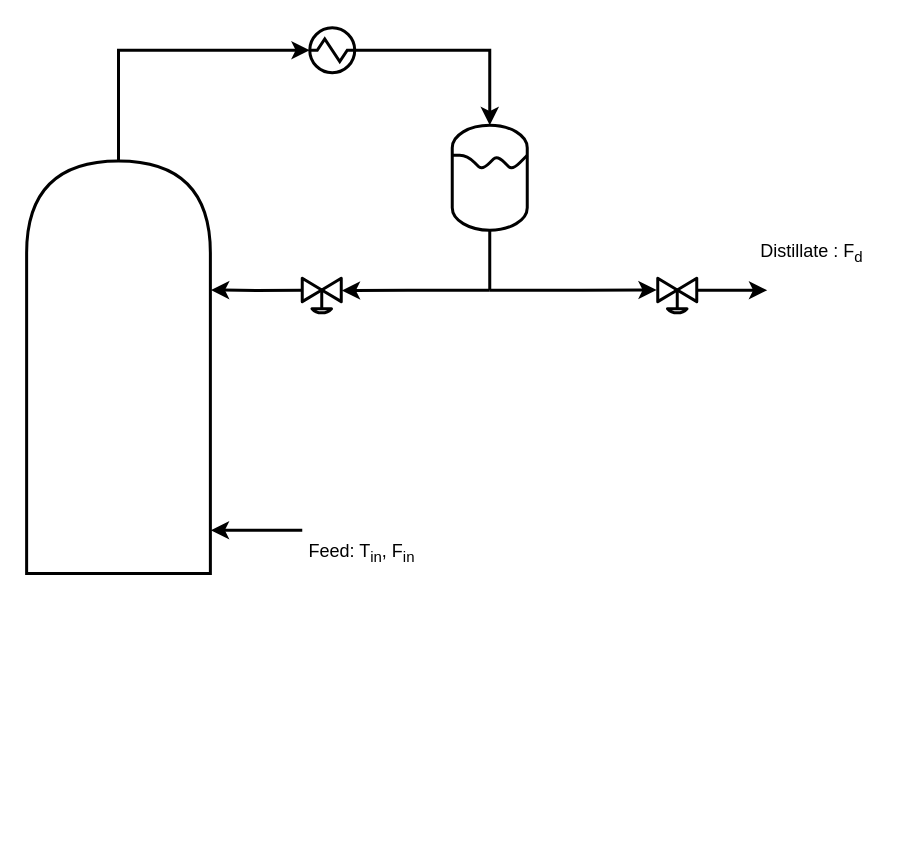
Before: page "distillation-column" (5 of 6) of assets/images/cascade-control-in-class.drawio in rputikar/advanced-modeling-and-control, a draw.io diagram. Source tidied: cells renumbered, new cells numbered last; positions are measured from the earlier drawing's top-left corner, leaving out a move shared by most shapes. Both pictures are drawn from the tidied source at 150%, with x=0, y=0 at pixel (-88, 27).
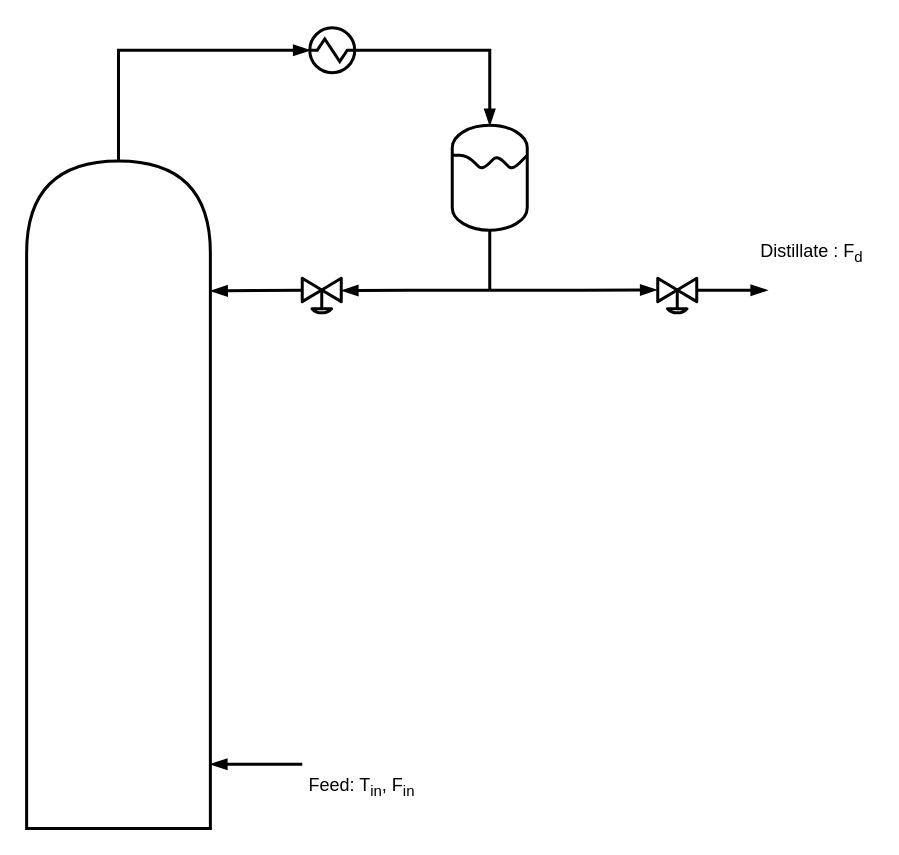
The same diagram, later.

Unchanged cells that the change refers to:
```xml
<mxCell id="10" style="verticalLabelPosition=bottom;align=center;html=1;verticalAlign=top;dashed=0;shape=mxgraph.pid2valves.valve;valveType=gate;actuator=diaph;rounded=0;labelBackgroundColor=none;fontFamily=IBM Plex sans;fontSize=12;fontColor=default;fillColor=none;gradientColor=none;points=[];strokeWidth=2;rotation=-180;" parent="1" vertex="1">
  <mxGeometry x="260" y="167" width="26" height="26" as="geometry" />
</mxCell>
<mxCell id="12" style="verticalLabelPosition=bottom;align=center;html=1;verticalAlign=top;dashed=0;shape=mxgraph.pid2valves.valve;valveType=gate;actuator=diaph;rounded=0;labelBackgroundColor=none;fontFamily=IBM Plex sans;fontSize=12;fontColor=default;fillColor=none;gradientColor=none;points=[];strokeWidth=2;rotation=-180;" parent="1" vertex="1">
  <mxGeometry x="497" y="167" width="26" height="26" as="geometry" />
</mxCell>
<mxCell id="15" style="shape=waypoint;sketch=0;fillStyle=solid;size=6;points=[];fillColor=none;perimeter=centerPerimeter;snapToPoint=1;strokeColor=none;strokeWidth=2;" parent="1" vertex="1">
  <mxGeometry x="375" y="165" width="20" height="20" as="geometry" />
</mxCell>
```

The edit, as a diff of the source:
```diff
@@
-    <mxCell id="2" style="edgeStyle=orthogonalEdgeStyle;rounded=0;jettySize=auto;html=1;exitX=1;exitY=0.5;exitDx=0;exitDy=0;exitPerimeter=0;strokeWidth=2;" parent="1" edge="1" source="3" target="5">
+    <mxCell id="2" style="edgeStyle=orthogonalEdgeStyle;rounded=0;jettySize=auto;html=1;exitX=1;exitY=0.5;exitDx=0;exitDy=0;exitPerimeter=0;strokeWidth=2;strokeColor=default;align=center;verticalAlign=middle;fontFamily=Helvetica;fontSize=11;fontColor=default;labelBackgroundColor=default;endArrow=blockThin;endFill=1;" parent="1" edge="1" source="3" target="5">
       <mxGeometry relative="1" as="geometry" />
     </mxCell>
-    <mxCell id="3" style="shape=mxgraph.pid.heat_exchangers.shell_and_tube_heat_exchanger_1;html=1;align=center;verticalLabelPosition=bottom;verticalAlign=top;dashed=0;strokeWidth=2;" parent="1" vertex="1">
+    <mxCell id="3" style="shape=mxgraph.pid.heat_exchangers.shell_and_tube_heat_exchanger_1;html=1;align=center;verticalLabelPosition=bottom;verticalAlign=top;dashed=0;strokeWidth=2;fillColor=none;" parent="1" vertex="1">
       <mxGeometry x="265" width="30" height="30" as="geometry" />
     </mxCell>
@@
-    <mxCell id="5" style="verticalLabelPosition=bottom;outlineConnect=0;align=center;dashed=0;html=1;verticalAlign=top;shape=mxgraph.pid2misc.column;columnType=common;fillColor=none;strokeWidth=2;" parent="1" vertex="1">
-      <mxGeometry x="360" y="65" width="50" height="70" as="geometry" />
-    </mxCell>
-    <mxCell id="6" style="edgeStyle=orthogonalEdgeStyle;rounded=0;jettySize=auto;html=1;exitX=1;exitY=0.5;exitDx=0;exitDy=0;entryX=0;entryY=0.5;entryDx=0;entryDy=0;entryPerimeter=0;strokeWidth=2;" parent="1" edge="1" source="7" target="3">
+    <mxCell id="6" style="edgeStyle=orthogonalEdgeStyle;rounded=0;jettySize=auto;html=1;exitX=1;exitY=0.5;exitDx=0;exitDy=0;entryX=0;entryY=0.5;entryDx=0;entryDy=0;entryPerimeter=0;strokeWidth=2;endArrow=blockThin;endFill=1;" parent="1" edge="1" source="7" target="3">
       <mxGeometry relative="1" as="geometry" />
     </mxCell>
-    <mxCell id="7" style="shape=delay;whiteSpace=wrap;html=1;rotation=-90;strokeWidth=2;" parent="1" vertex="1">
-      <mxGeometry y="165" width="275" height="122.5" as="geometry" />
+    <mxCell id="7" style="shape=delay;whiteSpace=wrap;html=1;rotation=-90;strokeWidth=2;fillColor=none;" parent="1" vertex="1">
+      <mxGeometry x="-85" y="250" width="445" height="122.5" as="geometry" />
     </mxCell>
-    <mxCell id="8" style="endArrow=none;html=1;rounded=1;strokeWidth=2;" parent="1" edge="1">
-      <mxGeometry relative="1" as="geometry">
-        <mxPoint x="360" y="85" as="sourcePoint" />
-        <mxPoint x="410" y="85" as="targetPoint" />
-        <Array as="points">
-          <mxPoint x="370" y="85" />
-          <mxPoint x="380" y="95" />
-          <mxPoint x="390" y="85" />
-          <mxPoint x="400" y="95" />
-        </Array>
-      </mxGeometry>
-    </mxCell>
-    <mxCell id="9" style="edgeStyle=orthogonalEdgeStyle;rounded=0;jettySize=auto;html=1;entryX=0.687;entryY=1.003;entryDx=0;entryDy=0;entryPerimeter=0;exitX=0.99;exitY=0.69;exitDx=0;exitDy=0;exitPerimeter=0;strokeWidth=2;" parent="1" edge="1" source="10" target="7">
+    <mxCell id="9" style="edgeStyle=orthogonalEdgeStyle;rounded=0;jettySize=auto;html=1;entryX=0.805;entryY=1.004;entryDx=0;entryDy=0;entryPerimeter=0;exitX=0.99;exitY=0.69;exitDx=0;exitDy=0;exitPerimeter=0;strokeWidth=2;strokeColor=default;align=center;verticalAlign=middle;fontFamily=Helvetica;fontSize=11;fontColor=default;labelBackgroundColor=default;endArrow=blockThin;endFill=1;" parent="1" edge="1" source="10" target="7">
       <mxGeometry relative="1" as="geometry" />
     </mxCell>
@@
-    <mxCell id="11" style="edgeStyle=orthogonalEdgeStyle;rounded=0;jettySize=auto;html=1;exitX=0.001;exitY=0.693;exitDx=0;exitDy=0;exitPerimeter=0;strokeWidth=2;" parent="1" edge="1" source="12">
+    <mxCell id="11" style="edgeStyle=orthogonalEdgeStyle;rounded=0;jettySize=auto;html=1;exitX=0.001;exitY=0.693;exitDx=0;exitDy=0;exitPerimeter=0;strokeWidth=2;strokeColor=default;align=center;verticalAlign=middle;fontFamily=Helvetica;fontSize=11;fontColor=default;labelBackgroundColor=default;endArrow=blockThin;endFill=1;" parent="1" edge="1" source="12">
       <mxGeometry relative="1" as="geometry">
         <mxPoint x="570" y="175" as="targetPoint" />
       </mxGeometry>
     </mxCell>
@@
-    <mxCell id="13" style="edgeStyle=orthogonalEdgeStyle;rounded=0;jettySize=auto;html=1;entryX=1.026;entryY=0.701;entryDx=0;entryDy=0;entryPerimeter=0;strokeWidth=2;" parent="1" edge="1" source="15" target="12">
+    <mxCell id="13" style="edgeStyle=orthogonalEdgeStyle;rounded=0;jettySize=auto;html=1;entryX=1.026;entryY=0.701;entryDx=0;entryDy=0;entryPerimeter=0;strokeWidth=2;strokeColor=default;align=center;verticalAlign=middle;fontFamily=Helvetica;fontSize=11;fontColor=default;labelBackgroundColor=default;endArrow=blockThin;endFill=1;" parent="1" edge="1" source="15" target="12">
       <mxGeometry relative="1" as="geometry" />
     </mxCell>
-    <mxCell id="14" style="edgeStyle=orthogonalEdgeStyle;rounded=0;jettySize=auto;html=1;entryX=-0.013;entryY=0.684;entryDx=0;entryDy=0;entryPerimeter=0;strokeWidth=2;" parent="1" edge="1" source="15" target="10">
+    <mxCell id="14" style="edgeStyle=orthogonalEdgeStyle;rounded=0;jettySize=auto;html=1;entryX=-0.013;entryY=0.684;entryDx=0;entryDy=0;entryPerimeter=0;strokeWidth=2;strokeColor=default;align=center;verticalAlign=middle;fontFamily=Helvetica;fontSize=11;fontColor=default;labelBackgroundColor=default;endArrow=blockThin;endFill=1;" parent="1" edge="1" source="15" target="10">
       <mxGeometry relative="1" as="geometry" />
     </mxCell>
@@
-    <mxCell id="16" style="edgeStyle=orthogonalEdgeStyle;rounded=0;orthogonalLoop=1;jettySize=auto;html=1;entryX=0.687;entryY=1.003;entryDx=0;entryDy=0;entryPerimeter=0;exitX=0.99;exitY=0.69;exitDx=0;exitDy=0;exitPerimeter=0;strokeWidth=2;" parent="1" edge="1">
+    <mxCell id="16" style="edgeStyle=orthogonalEdgeStyle;rounded=0;orthogonalLoop=1;jettySize=auto;html=1;entryX=0.687;entryY=1.003;entryDx=0;entryDy=0;entryPerimeter=0;exitX=0.99;exitY=0.69;exitDx=0;exitDy=0;exitPerimeter=0;strokeWidth=2;strokeColor=default;align=center;verticalAlign=middle;fontFamily=Helvetica;fontSize=11;fontColor=default;labelBackgroundColor=default;endArrow=blockThin;endFill=1;" parent="1" edge="1">
       <mxGeometry relative="1" as="geometry">
-        <mxPoint x="260" y="335" as="sourcePoint" />
-        <mxPoint x="199" y="335" as="targetPoint" />
+        <mxPoint x="260" y="491" as="sourcePoint" />
+        <mxPoint x="199" y="491" as="targetPoint" />
       </mxGeometry>
     </mxCell>
-    <mxCell id="17" value="Feed: T&lt;sub&gt;in&lt;/sub&gt;, F&lt;sub&gt;in&lt;/sub&gt;" style="text;strokeColor=none;align=center;fillColor=none;html=1;verticalAlign=middle;whiteSpace=wrap;rounded=0;strokeWidth=2;" parent="1" vertex="1">
-      <mxGeometry x="260" y="335" width="80" height="30" as="geometry" />
+    <mxCell id="17" value="Feed: T&lt;sub&gt;in&lt;/sub&gt;, F&lt;sub&gt;in&lt;/sub&gt;" style="text;strokeColor=none;align=center;fillColor=none;html=1;verticalAlign=middle;whiteSpace=wrap;rounded=0;strokeWidth=2;fontFamily=IBM Plex sans;" parent="1" vertex="1">
+      <mxGeometry x="260" y="491" width="80" height="30" as="geometry" />
     </mxCell>
-    <mxCell id="18" value="Distillate : F&lt;sub&gt;d&lt;/sub&gt;" style="text;strokeColor=none;align=center;fillColor=none;html=1;verticalAlign=middle;whiteSpace=wrap;rounded=0;strokeWidth=2;" parent="1" vertex="1">
+    <mxCell id="18" value="Distillate : F&lt;sub&gt;d&lt;/sub&gt;" style="text;strokeColor=none;align=center;fillColor=none;html=1;verticalAlign=middle;whiteSpace=wrap;rounded=0;strokeWidth=2;fontFamily=IBM Plex sans;" parent="1" vertex="1">
       <mxGeometry x="560" y="135" width="80" height="30" as="geometry" />
     </mxCell>
+    <mxCell id="19" style="group;" parent="1" vertex="1">
+      <mxGeometry x="360" y="65" width="50" height="70" as="geometry" />
+    </mxCell>
+    <mxCell id="5" style="verticalLabelPosition=bottom;outlineConnect=0;align=center;dashed=0;html=1;verticalAlign=top;shape=mxgraph.pid2misc.column;columnType=common;fillColor=none;strokeWidth=2;" parent="19" vertex="1">
+      <mxGeometry width="50" height="70" as="geometry" />
+    </mxCell>
+    <mxCell id="8" style="endArrow=none;html=1;rounded=1;strokeWidth=2;" parent="19" edge="1">
+      <mxGeometry relative="1" as="geometry">
+        <mxPoint y="20" as="sourcePoint" />
+        <mxPoint x="50" y="20" as="targetPoint" />
+        <Array as="points">
+          <mxPoint x="10" y="20" />
+          <mxPoint x="20" y="30" />
+          <mxPoint x="30" y="20" />
+          <mxPoint x="40" y="30" />
+        </Array>
+      </mxGeometry>
+    </mxCell>
```
